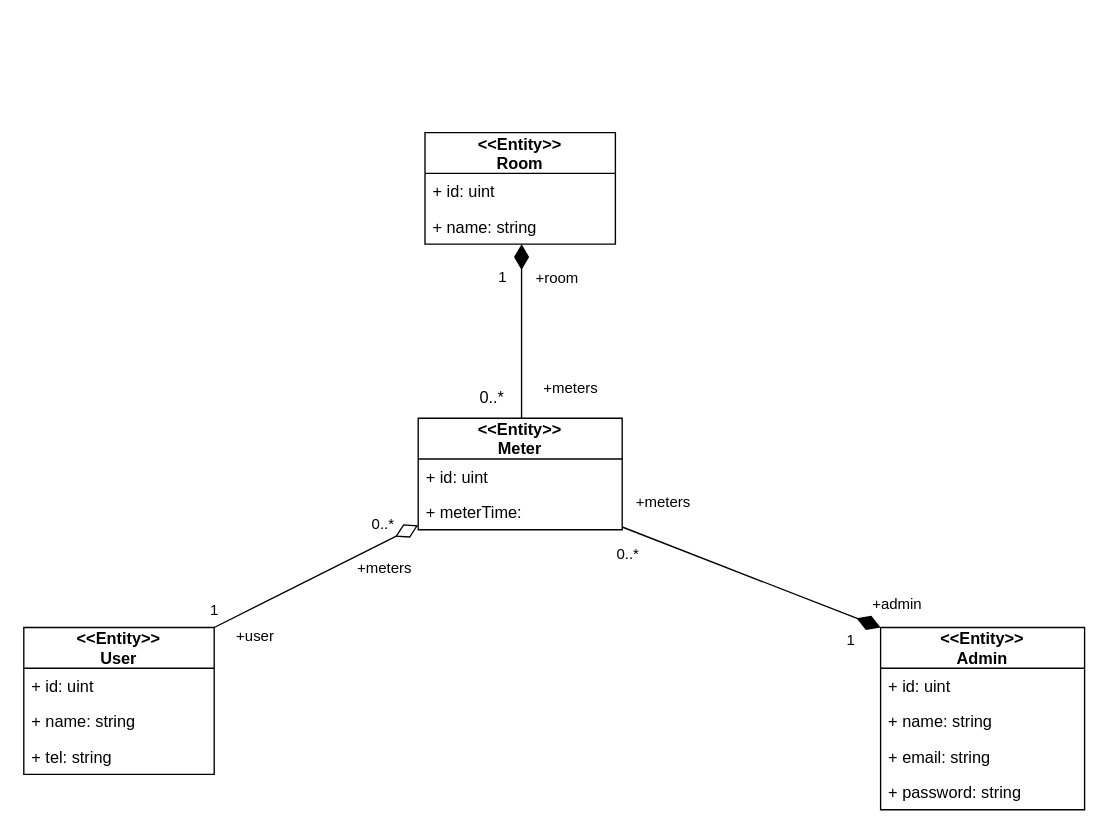
The draw.io diagram page "Design1" (10 of 17) of SE.drawio in nunpromporn/SE, before the edit. Source tidied: cells renumbered, new cells numbered last; positions are measured from the earlier drawing's top-left corner, leaving out a move shared by most shapes. Both pictures are drawn from the tidied source at 136%, with x=0, y=0 at pixel (23, 132).
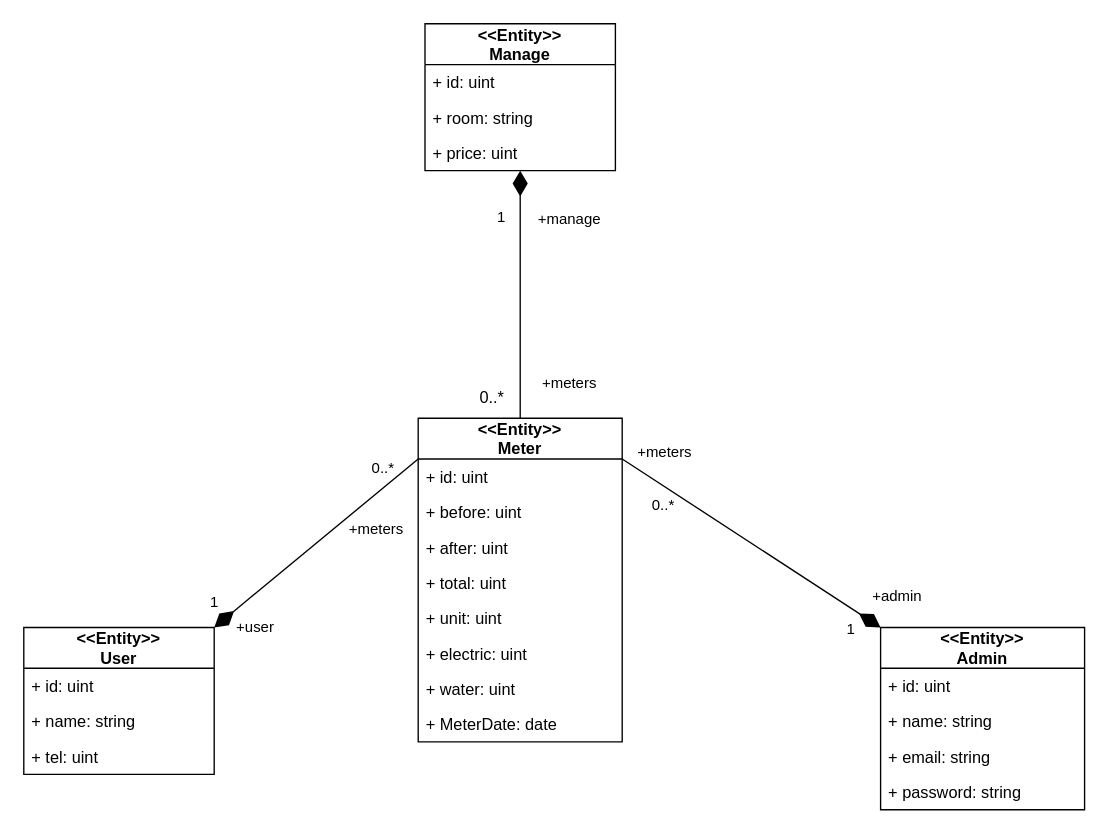
Above is the later version.

The change refers to these unchanged cells:
```xml
<mxCell id="2" value="&lt;&lt;Entity&gt;&gt;&#10;User" style="swimlane;fontStyle=1;horizontal=1;startSize=30;fillColor=none;" parent="1" vertex="1">
  <mxGeometry y="363.9" width="140" height="108" as="geometry" />
</mxCell>
<mxCell id="9" value="&lt;&lt;Entity&gt;&gt;&#10;Admin" style="swimlane;fontStyle=1;horizontal=1;startSize=30;fillColor=none;" parent="1" vertex="1">
  <mxGeometry x="630" y="363.9" width="150" height="134" as="geometry" />
</mxCell>
```

Change to the diagram source:
```diff
@@
-    <mxCell id="3" value="+ id: uint" style="text;strokeColor=none;fillColor=none;align=left;verticalAlign=top;spacingLeft=4;spacingRight=4;overflow=hidden;" parent="2" vertex="1">
-      <mxGeometry y="30" width="140" height="26" as="geometry" />
-    </mxCell>
-    <mxCell id="4" value="+ name: string" style="text;strokeColor=none;fillColor=none;align=left;verticalAlign=top;spacingLeft=4;spacingRight=4;overflow=hidden;" parent="2" vertex="1">
-      <mxGeometry y="56" width="140" height="26" as="geometry" />
-    </mxCell>
-    <mxCell id="5" value="+ tel: string" style="text;strokeColor=none;fillColor=none;align=left;verticalAlign=top;spacingLeft=4;spacingRight=4;overflow=hidden;" parent="2" vertex="1">
-      <mxGeometry y="82" width="140" height="26" as="geometry" />
-    </mxCell>
+    <mxCell id="32" value="+ id: uint" style="text;strokeColor=none;fillColor=none;align=left;verticalAlign=top;spacingLeft=4;spacingRight=4;overflow=hidden;" parent="2" vertex="1">
+      <mxGeometry y="30" width="140" height="26" as="geometry" />
+    </mxCell>
+    <mxCell id="33" value="+ name: string" style="text;strokeColor=none;fillColor=none;align=left;verticalAlign=top;spacingLeft=4;spacingRight=4;overflow=hidden;" parent="2" vertex="1">
+      <mxGeometry y="56" width="140" height="26" as="geometry" />
+    </mxCell>
+    <mxCell id="34" value="+ tel: uint" style="text;strokeColor=none;fillColor=none;align=left;verticalAlign=top;spacingLeft=4;spacingRight=4;overflow=hidden;" parent="2" vertex="1">
+      <mxGeometry y="82" width="140" height="26" as="geometry" />
+    </mxCell>
     <mxCell id="6" value="&lt;&lt;Entity&gt;&gt;&#10;Meter" style="swimlane;fontStyle=1;horizontal=1;startSize=30;fillColor=none;" parent="1" vertex="1">
-      <mxGeometry x="290" y="210" width="150" height="82" as="geometry" />
+      <mxGeometry x="290" y="210" width="150" height="238" as="geometry" />
     </mxCell>
-    <mxCell id="7" value="+ id: uint" style="text;strokeColor=none;fillColor=none;align=left;verticalAlign=top;spacingLeft=4;spacingRight=4;overflow=hidden;" parent="6" vertex="1">
-      <mxGeometry y="30" width="150" height="26" as="geometry" />
-    </mxCell>
-    <mxCell id="8" value="+ meterTime: " style="text;strokeColor=none;fillColor=none;align=left;verticalAlign=top;spacingLeft=4;spacingRight=4;overflow=hidden;" parent="6" vertex="1">
-      <mxGeometry y="56" width="150" height="26" as="geometry" />
-    </mxCell>
+    <mxCell id="35" value="+ id: uint" style="text;strokeColor=none;fillColor=none;align=left;verticalAlign=top;spacingLeft=4;spacingRight=4;overflow=hidden;" parent="6" vertex="1">
+      <mxGeometry y="30" width="150" height="26" as="geometry" />
+    </mxCell>
+    <mxCell id="36" value="+ before: uint " style="text;strokeColor=none;fillColor=none;align=left;verticalAlign=top;spacingLeft=4;spacingRight=4;overflow=hidden;" parent="6" vertex="1">
+      <mxGeometry y="56" width="150" height="26" as="geometry" />
+    </mxCell>
+    <mxCell id="37" value="+ after: uint " style="text;strokeColor=none;fillColor=none;align=left;verticalAlign=top;spacingLeft=4;spacingRight=4;overflow=hidden;" parent="6" vertex="1">
+      <mxGeometry y="82" width="150" height="26" as="geometry" />
+    </mxCell>
+    <mxCell id="38" value="+ total: uint " style="text;strokeColor=none;fillColor=none;align=left;verticalAlign=top;spacingLeft=4;spacingRight=4;overflow=hidden;" parent="6" vertex="1">
+      <mxGeometry y="108" width="150" height="26" as="geometry" />
+    </mxCell>
+    <mxCell id="39" value="+ unit: uint " style="text;strokeColor=none;fillColor=none;align=left;verticalAlign=top;spacingLeft=4;spacingRight=4;overflow=hidden;" parent="6" vertex="1">
+      <mxGeometry y="134" width="150" height="26" as="geometry" />
+    </mxCell>
+    <mxCell id="40" value="+ electric: uint " style="text;strokeColor=none;fillColor=none;align=left;verticalAlign=top;spacingLeft=4;spacingRight=4;overflow=hidden;" parent="6" vertex="1">
+      <mxGeometry y="160" width="150" height="26" as="geometry" />
+    </mxCell>
+    <mxCell id="41" value="+ water: uint " style="text;strokeColor=none;fillColor=none;align=left;verticalAlign=top;spacingLeft=4;spacingRight=4;overflow=hidden;" parent="6" vertex="1">
+      <mxGeometry y="186" width="150" height="26" as="geometry" />
+    </mxCell>
+    <mxCell id="42" value="+ MeterDate: date" style="text;strokeColor=none;fillColor=none;align=left;verticalAlign=top;spacingLeft=4;spacingRight=4;overflow=hidden;" parent="6" vertex="1">
+      <mxGeometry y="212" width="150" height="26" as="geometry" />
+    </mxCell>
@@
-    <mxCell id="10" value="+ id: uint" style="text;strokeColor=none;fillColor=none;align=left;verticalAlign=top;spacingLeft=4;spacingRight=4;overflow=hidden;" parent="9" vertex="1">
-      <mxGeometry y="30" width="150" height="26" as="geometry" />
-    </mxCell>
+    <mxCell id="43" value="+ id: uint" style="text;strokeColor=none;fillColor=none;align=left;verticalAlign=top;spacingLeft=4;spacingRight=4;overflow=hidden;" parent="9" vertex="1">
+      <mxGeometry y="30" width="150" height="26" as="geometry" />
+    </mxCell>
@@
-    <mxCell id="14" style="html=1;endArrow=diamondThin;elbow=vertical;rounded=1;exitX=1;exitY=0;exitDx=0;exitDy=0;endFill=0;endSize=16;startSize=14;" parent="1" edge="1" source="2" target="6">
-      <mxGeometry relative="1" as="geometry" />
-    </mxCell>
-    <mxCell id="15" value="1" style="edgeLabel;html=1;align=center;verticalAlign=middle;" parent="14" vertex="1">
-      <mxGeometry x="-0.76" y="2" relative="1" as="geometry">
-        <mxPoint x="-17" y="-3" as="offset" />
-      </mxGeometry>
-    </mxCell>
+    <mxCell id="44" style="html=1;endArrow=none;elbow=vertical;rounded=1;exitX=1;exitY=0;exitDx=0;exitDy=0;startArrow=diamondThin;startFill=1;endSize=16;startSize=16;endFill=0;" parent="1" edge="1" source="2">
+      <mxGeometry relative="1" as="geometry">
+        <mxPoint x="290" y="240" as="targetPoint" />
+      </mxGeometry>
+    </mxCell>
+    <mxCell id="45" value="1" style="edgeLabel;html=1;align=center;verticalAlign=middle;" parent="44" vertex="1">
+      <mxGeometry x="-0.76" y="2" relative="1" as="geometry">
+        <mxPoint x="-17" y="-3" as="offset" />
+      </mxGeometry>
+    </mxCell>
-    <mxCell id="16" value="+user" style="edgeLabel;html=1;align=center;verticalAlign=middle;" parent="14" vertex="1">
+    <mxCell id="16" value="+user" style="edgeLabel;html=1;align=center;verticalAlign=middle;" parent="44" vertex="1">
       <mxGeometry x="-0.73" relative="1" as="geometry">
         <mxPoint x="9" y="16" as="offset" />
       </mxGeometry>
     </mxCell>
-    <mxCell id="17" value="0..*" style="edgeLabel;html=1;align=center;verticalAlign=middle;" parent="14" vertex="1">
-      <mxGeometry x="0.71" y="2" relative="1" as="geometry">
-        <mxPoint x="-3" y="-10" as="offset" />
-      </mxGeometry>
-    </mxCell>
-    <mxCell id="18" value="+meters" style="edgeLabel;html=1;align=center;verticalAlign=middle;" parent="14" vertex="1">
-      <mxGeometry x="0.67" y="2" relative="1" as="geometry">
-        <mxPoint y="20" as="offset" />
-      </mxGeometry>
-    </mxCell>
-    <mxCell id="19" style="html=1;endArrow=diamondThin;elbow=vertical;rounded=1;entryX=0;entryY=0;entryDx=0;entryDy=0;endFill=1;endSize=16;startSize=14;" parent="1" edge="1" target="9">
-      <mxGeometry relative="1" as="geometry">
-        <mxPoint x="440" y="290" as="sourcePoint" />
-      </mxGeometry>
-    </mxCell>
-    <mxCell id="20" value="0..*" style="edgeLabel;html=1;align=center;verticalAlign=middle;" parent="19" vertex="1">
-      <mxGeometry x="-0.65" relative="1" as="geometry">
-        <mxPoint x="-30" y="6" as="offset" />
-      </mxGeometry>
-    </mxCell>
-    <mxCell id="21" value="+meters" style="edgeLabel;html=1;align=center;verticalAlign=middle;" parent="19" vertex="1">
-      <mxGeometry x="-0.49" y="1" relative="1" as="geometry">
-        <mxPoint x="-19" y="-36" as="offset" />
-      </mxGeometry>
-    </mxCell>
-    <mxCell id="22" value="1" style="edgeLabel;html=1;align=center;verticalAlign=middle;" parent="19" vertex="1">
-      <mxGeometry x="0.71" relative="1" as="geometry">
-        <mxPoint x="5" y="19" as="offset" />
-      </mxGeometry>
-    </mxCell>
+    <mxCell id="46" value="0..*" style="edgeLabel;html=1;align=center;verticalAlign=middle;" parent="44" vertex="1">
+      <mxGeometry x="0.71" y="2" relative="1" as="geometry">
+        <mxPoint x="-3" y="-10" as="offset" />
+      </mxGeometry>
+    </mxCell>
+    <mxCell id="47" value="+meters" style="edgeLabel;html=1;align=center;verticalAlign=middle;" parent="44" vertex="1">
+      <mxGeometry x="0.67" y="2" relative="1" as="geometry">
+        <mxPoint x="-5" y="32" as="offset" />
+      </mxGeometry>
+    </mxCell>
+    <mxCell id="48" style="html=1;endArrow=diamondThin;elbow=vertical;rounded=1;entryX=0;entryY=0;entryDx=0;entryDy=0;startArrow=none;startFill=0;endFill=1;endSize=16;startSize=16;" parent="1" edge="1" target="9">
+      <mxGeometry relative="1" as="geometry">
+        <mxPoint x="440" y="240" as="sourcePoint" />
+      </mxGeometry>
+    </mxCell>
+    <mxCell id="49" value="0..*" style="edgeLabel;html=1;align=center;verticalAlign=middle;" parent="48" vertex="1">
+      <mxGeometry x="-0.65" relative="1" as="geometry">
+        <mxPoint x="-4" y="12" as="offset" />
+      </mxGeometry>
+    </mxCell>
+    <mxCell id="50" value="+meters" style="edgeLabel;html=1;align=center;verticalAlign=middle;" parent="48" vertex="1">
+      <mxGeometry x="-0.49" y="1" relative="1" as="geometry">
+        <mxPoint x="-19" y="-36" as="offset" />
+      </mxGeometry>
+    </mxCell>
+    <mxCell id="51" value="1" style="edgeLabel;html=1;align=center;verticalAlign=middle;" parent="48" vertex="1">
+      <mxGeometry x="0.71" relative="1" as="geometry">
+        <mxPoint x="5" y="19" as="offset" />
+      </mxGeometry>
+    </mxCell>
-    <mxCell id="23" value="+admin" style="edgeLabel;html=1;align=center;verticalAlign=middle;" parent="19" vertex="1">
+    <mxCell id="23" value="+admin" style="edgeLabel;html=1;align=center;verticalAlign=middle;" parent="48" vertex="1">
       <mxGeometry x="0.74" y="3" relative="1" as="geometry">
         <mxPoint x="35" y="-5" as="offset" />
       </mxGeometry>
     </mxCell>
-    <mxCell id="24" value="&lt;&lt;Entity&gt;&gt;&#10;Room" style="swimlane;fontStyle=1;horizontal=1;startSize=30;fillColor=none;" parent="1" vertex="1">
-      <mxGeometry x="295" width="140" height="82" as="geometry" />
-    </mxCell>
-    <mxCell id="25" value="+ id: uint" style="text;strokeColor=none;fillColor=none;align=left;verticalAlign=top;spacingLeft=4;spacingRight=4;overflow=hidden;" parent="24" vertex="1">
-      <mxGeometry y="30" width="140" height="26" as="geometry" />
-    </mxCell>
-    <mxCell id="26" value="+ name: string" style="text;strokeColor=none;fillColor=none;align=left;verticalAlign=top;spacingLeft=4;spacingRight=4;overflow=hidden;" parent="24" vertex="1">
-      <mxGeometry y="56" width="140" height="26" as="geometry" />
-    </mxCell>
-    <mxCell id="27" style="html=1;endArrow=diamondThin;elbow=vertical;rounded=1;exitX=0.5;exitY=0;exitDx=0;exitDy=0;endFill=1;startArrow=none;startFill=0;endSize=16;startSize=14;" parent="1" edge="1">
-      <mxGeometry relative="1" as="geometry">
-        <mxPoint x="366" y="210" as="sourcePoint" />
-        <mxPoint x="366" y="82" as="targetPoint" />
-      </mxGeometry>
-    </mxCell>
-    <mxCell id="28" value="+meters" style="edgeLabel;html=1;align=center;verticalAlign=middle;" parent="27" vertex="1">
-      <mxGeometry x="-0.86" relative="1" as="geometry">
-        <mxPoint x="35" y="-14" as="offset" />
-      </mxGeometry>
-    </mxCell>
-    <mxCell id="29" value="1" style="edgeLabel;html=1;align=center;verticalAlign=middle;" parent="27" vertex="1">
-      <mxGeometry x="0.64" y="-2" relative="1" as="geometry">
-        <mxPoint x="-17" as="offset" />
-      </mxGeometry>
-    </mxCell>
-    <mxCell id="30" value="+room" style="edgeLabel;html=1;align=center;verticalAlign=middle;" parent="27" vertex="1">
-      <mxGeometry x="0.62" y="1" relative="1" as="geometry">
-        <mxPoint x="26" as="offset" />
-      </mxGeometry>
-    </mxCell>
+    <mxCell id="52" style="html=1;endArrow=diamondThin;elbow=vertical;rounded=1;exitX=0.5;exitY=0;exitDx=0;exitDy=0;startArrow=none;startFill=0;endFill=1;endSize=16;startSize=16;" parent="1" edge="1" source="6" target="59">
+      <mxGeometry relative="1" as="geometry" />
+    </mxCell>
+    <mxCell id="53" value="+meters" style="edgeLabel;html=1;align=center;verticalAlign=middle;" parent="52" vertex="1">
+      <mxGeometry x="-0.86" relative="1" as="geometry">
+        <mxPoint x="35" y="-14" as="offset" />
+      </mxGeometry>
+    </mxCell>
+    <mxCell id="54" value="1" style="edgeLabel;html=1;align=center;verticalAlign=middle;" parent="52" vertex="1">
+      <mxGeometry x="0.64" y="-2" relative="1" as="geometry">
+        <mxPoint x="-17" as="offset" />
+      </mxGeometry>
+    </mxCell>
+    <mxCell id="55" value="+manage" style="edgeLabel;html=1;align=center;verticalAlign=middle;" parent="52" vertex="1">
+      <mxGeometry x="0.62" y="1" relative="1" as="geometry">
+        <mxPoint x="36" as="offset" />
+      </mxGeometry>
+    </mxCell>
@@
+    <mxCell id="56" value="&lt;&lt;Entity&gt;&gt;&#10;Manage" style="swimlane;fontStyle=1;horizontal=1;startSize=30;fillColor=none;" parent="1" vertex="1">
+      <mxGeometry x="295" y="-80" width="140" height="108" as="geometry" />
+    </mxCell>
+    <mxCell id="57" value="+ id: uint" style="text;strokeColor=none;fillColor=none;align=left;verticalAlign=top;spacingLeft=4;spacingRight=4;overflow=hidden;" parent="56" vertex="1">
+      <mxGeometry y="30" width="140" height="26" as="geometry" />
+    </mxCell>
+    <mxCell id="58" value="+ room: string" style="text;strokeColor=none;fillColor=none;align=left;verticalAlign=top;spacingLeft=4;spacingRight=4;overflow=hidden;" parent="56" vertex="1">
+      <mxGeometry y="56" width="140" height="26" as="geometry" />
+    </mxCell>
+    <mxCell id="59" value="+ price: uint" style="text;strokeColor=none;fillColor=none;align=left;verticalAlign=top;spacingLeft=4;spacingRight=4;overflow=hidden;points=[[0,0.5],[1,0.5]];portConstraint=eastwest;" parent="56" vertex="1">
+      <mxGeometry y="82" width="140" height="26" as="geometry" />
+    </mxCell>
```
